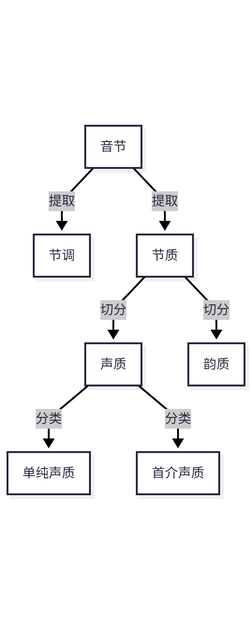
Earlier version of the Mermaid export YIME_Theory/flowchart/一式一调二质分析.png (tsaanghwang/Yime-prototype). Its source is kept beside it as YIME_Theory/flowchart/一式一调二质分析.mmd. Source of this version:
```mermaid
graph TB

    A[音节] --> |提取|B[节调]
    A --> |提取|C[节质]
    C --> |切分|D[声质]
    C --> |切分|E[韵质]
    D --> |分类|F[单纯声质]
    D --> |分类|G[首介声质]
```
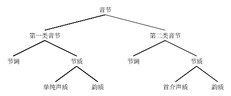
Above is the later version.

Change to the diagram source:
```diff
@@ -1,8 +1,14 @@
 graph TB
+    A[音节] --> |当声质是首质时|B[第一类音节]
+    A --> |当声质非首质时|C[第二类音节]
 
-    A[音节] --> |提取|B[节调]
-    A --> |提取|C[节质]
-    C --> |切分|D[声质]
-    C --> |切分|E[韵质]
-    D --> |分类|F[单纯声质]
-    D --> |分类|G[首介声质]
+    B --> |提取|D[节调]
+    B --> |提取|E[节质]
+    C --> |提取|F[节调]
+    C --> |提取|G[节质]
+    D --> H[节调]
+    E --> |切分|I[单纯声质]
+    E --> |切分|J[韵质]
+    F --> K[节调]
+    G --> |切分|L[首介声质]
+    G --> |切分|M[韵质]
```
